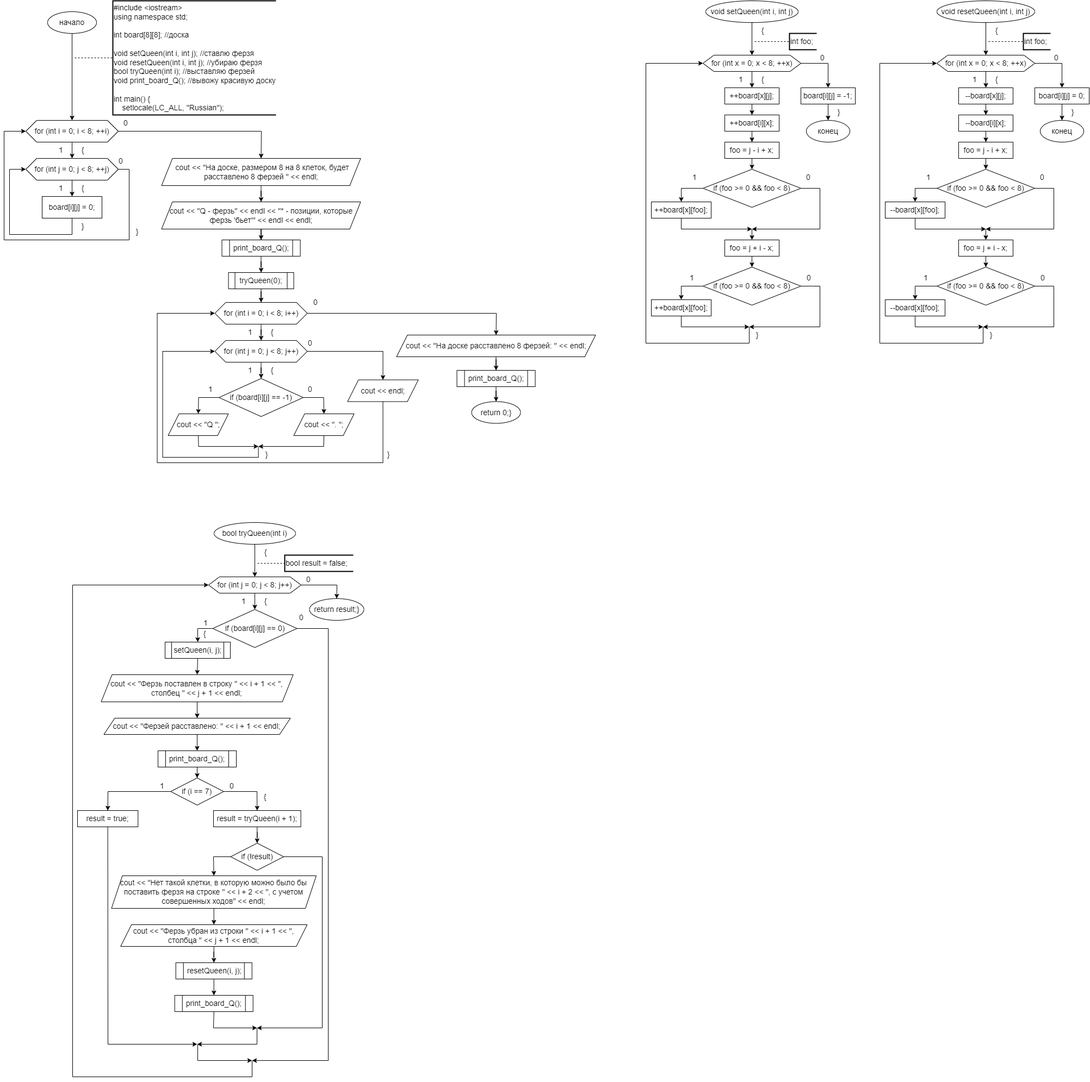
Above: 8 ферзей - блок схема.drawio.png in SonyAkb/8-queens (draw.io), before the change. Source tidied: cells renumbered, new cells last; positions are measured from the earlier drawing's top-left corner, leaving out a move shared by most shapes.
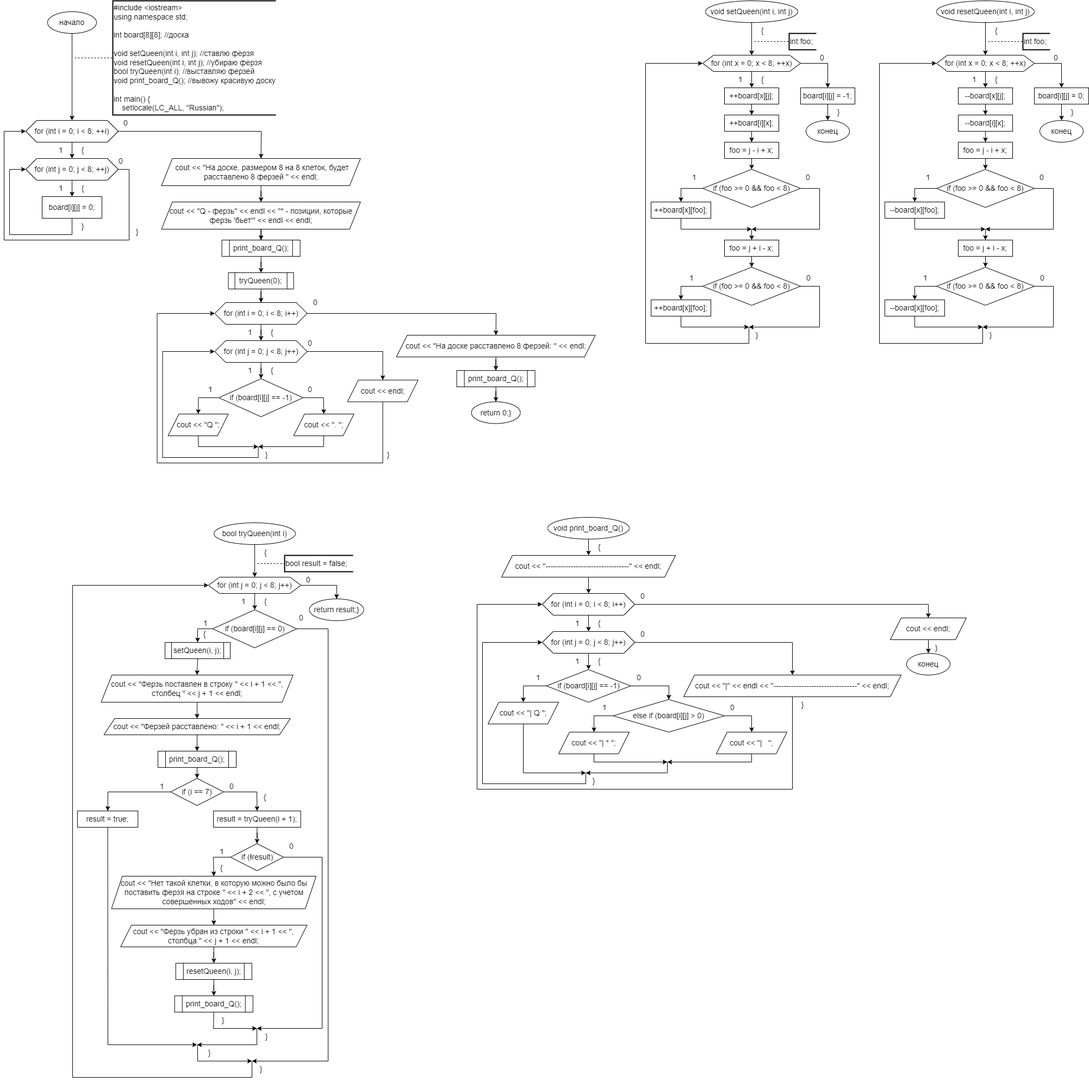
After the change.

The edit, as a diff of the source:
```diff
@@ -780,5 +780,213 @@
         </Array>
       </mxGeometry>
     </mxCell>
+    <mxCell id="191" style="edgeStyle=orthogonalEdgeStyle;rounded=0;jettySize=auto;html=1;entryX=0.5;entryY=0;entryDx=0;entryDy=0;" parent="1" edge="1" source="192" target="201">
+      <mxGeometry relative="1" as="geometry" />
+    </mxCell>
+    <mxCell id="192" value="&lt;font style=&quot;font-size: 14px;&quot;&gt;void print_board_Q()&lt;/font&gt;" style="ellipse;whiteSpace=wrap;html=1;" parent="1" vertex="1">
+      <mxGeometry x="1000" y="950" width="150" height="40" as="geometry" />
+    </mxCell>
+    <mxCell id="193" value="&lt;font style=&quot;font-size: 14px;&quot;&gt;1&lt;/font&gt;" style="text;html=1;strokeColor=none;fillColor=none;align=center;verticalAlign=middle;whiteSpace=wrap;rounded=0;" parent="1" vertex="1">
+      <mxGeometry x="386" y="1550" width="30" height="30" as="geometry" />
+    </mxCell>
+    <mxCell id="194" value="&lt;font style=&quot;font-size: 14px;&quot;&gt;0&lt;/font&gt;" style="text;html=1;strokeColor=none;fillColor=none;align=center;verticalAlign=middle;whiteSpace=wrap;rounded=0;" parent="1" vertex="1">
+      <mxGeometry x="514.1" y="1540" width="30" height="30" as="geometry" />
+    </mxCell>
+    <mxCell id="195" value="&lt;font style=&quot;font-size: 14px;&quot;&gt;}&lt;/font&gt;" style="text;html=1;strokeColor=none;fillColor=none;align=center;verticalAlign=middle;whiteSpace=wrap;rounded=0;" parent="1" vertex="1">
+      <mxGeometry x="387.6" y="1860" width="30" height="30" as="geometry" />
+    </mxCell>
+    <mxCell id="196" value="&lt;font style=&quot;font-size: 14px;&quot;&gt;{&lt;/font&gt;" style="text;html=1;strokeColor=none;fillColor=none;align=center;verticalAlign=middle;whiteSpace=wrap;rounded=0;" parent="1" vertex="1">
+      <mxGeometry x="385" y="1580" width="30" height="30" as="geometry" />
+    </mxCell>
+    <mxCell id="197" value="&lt;font style=&quot;font-size: 14px;&quot;&gt;}&lt;/font&gt;" style="text;html=1;strokeColor=none;fillColor=none;align=center;verticalAlign=middle;whiteSpace=wrap;rounded=0;" parent="1" vertex="1">
+      <mxGeometry x="467.6" y="1890" width="30" height="30" as="geometry" />
+    </mxCell>
+    <mxCell id="198" value="&lt;font style=&quot;font-size: 14px;&quot;&gt;}&lt;/font&gt;" style="text;html=1;strokeColor=none;fillColor=none;align=center;verticalAlign=middle;whiteSpace=wrap;rounded=0;" parent="1" vertex="1">
+      <mxGeometry x="363" y="1920" width="30" height="30" as="geometry" />
+    </mxCell>
+    <mxCell id="199" value="&lt;font style=&quot;font-size: 14px;&quot;&gt;}&lt;/font&gt;" style="text;html=1;strokeColor=none;fillColor=none;align=center;verticalAlign=middle;whiteSpace=wrap;rounded=0;" parent="1" vertex="1">
+      <mxGeometry x="457.8" y="1950" width="30" height="30" as="geometry" />
+    </mxCell>
+    <mxCell id="200" style="edgeStyle=orthogonalEdgeStyle;rounded=0;jettySize=auto;html=1;entryX=0.5;entryY=0;entryDx=0;entryDy=0;" parent="1" edge="1" source="201" target="204">
+      <mxGeometry relative="1" as="geometry" />
+    </mxCell>
+    <mxCell id="201" value="&lt;font style=&quot;font-size: 14px;&quot;&gt;cout &amp;lt;&amp;lt; &quot;---------------------------------&quot; &amp;lt;&amp;lt; endl;&lt;/font&gt;" style="shape=parallelogram;perimeter=parallelogramPerimeter;whiteSpace=wrap;html=1;fixedSize=1;" parent="1" vertex="1">
+      <mxGeometry x="915" y="1020" width="320" height="40" as="geometry" />
+    </mxCell>
+    <mxCell id="202" value="&lt;font style=&quot;font-size: 14px;&quot;&gt;{&lt;/font&gt;" style="text;html=1;strokeColor=none;fillColor=none;align=center;verticalAlign=middle;whiteSpace=wrap;rounded=0;" parent="1" vertex="1">
+      <mxGeometry x="1080" y="990" width="30" height="30" as="geometry" />
+    </mxCell>
+    <mxCell id="203" style="edgeStyle=orthogonalEdgeStyle;rounded=0;jettySize=auto;html=1;entryX=0.5;entryY=0;entryDx=0;entryDy=0;" parent="1" edge="1" source="204" target="206">
+      <mxGeometry relative="1" as="geometry" />
+    </mxCell>
+    <mxCell id="204" value="&lt;font style=&quot;font-size: 14px;&quot;&gt;for (int i = 0; i &amp;lt; 8; i++)&lt;/font&gt;" style="shape=hexagon;perimeter=hexagonPerimeter2;whiteSpace=wrap;html=1;fixedSize=1;size=20;" parent="1" vertex="1">
+      <mxGeometry x="990" y="1090" width="170" height="40" as="geometry" />
+    </mxCell>
+    <mxCell id="205" style="edgeStyle=orthogonalEdgeStyle;rounded=0;jettySize=auto;html=1;entryX=0.5;entryY=0;entryDx=0;entryDy=0;" parent="1" edge="1" source="206" target="209">
+      <mxGeometry relative="1" as="geometry" />
+    </mxCell>
+    <mxCell id="206" value="&lt;font style=&quot;font-size: 14px;&quot;&gt;for (int j = 0; j &amp;lt; 8; j++)&lt;/font&gt;" style="shape=hexagon;perimeter=hexagonPerimeter2;whiteSpace=wrap;html=1;fixedSize=1;size=20;" parent="1" vertex="1">
+      <mxGeometry x="990" y="1160" width="170" height="40" as="geometry" />
+    </mxCell>
+    <mxCell id="207" value="&lt;font style=&quot;font-size: 14px;&quot;&gt;{&lt;/font&gt;" style="text;html=1;strokeColor=none;fillColor=none;align=center;verticalAlign=middle;whiteSpace=wrap;rounded=0;" parent="1" vertex="1">
+      <mxGeometry x="1080" y="1130" width="30" height="30" as="geometry" />
+    </mxCell>
+    <mxCell id="208" value="&lt;font style=&quot;font-size: 14px;&quot;&gt;1&lt;/font&gt;" style="text;html=1;strokeColor=none;fillColor=none;align=center;verticalAlign=middle;whiteSpace=wrap;rounded=0;" parent="1" vertex="1">
+      <mxGeometry x="1040" y="1130" width="30" height="30" as="geometry" />
+    </mxCell>
+    <mxCell id="209" value="&lt;font style=&quot;font-size: 14px;&quot;&gt;if (board[i][j] == -1)&lt;/font&gt;" style="rhombus;whiteSpace=wrap;html=1;" parent="1" vertex="1">
+      <mxGeometry x="997.5" y="1230" width="155" height="60" as="geometry" />
+    </mxCell>
+    <mxCell id="210" value="&lt;font style=&quot;font-size: 14px;&quot;&gt;cout &amp;lt;&amp;lt; &quot;| Q &quot;;&lt;/font&gt;" style="shape=parallelogram;perimeter=parallelogramPerimeter;whiteSpace=wrap;html=1;fixedSize=1;" parent="1" vertex="1">
+      <mxGeometry x="890" y="1290" width="130" height="40" as="geometry" />
+    </mxCell>
+    <mxCell id="211" style="endArrow=classic;html=1;rounded=0;exitX=0;exitY=0.5;exitDx=0;exitDy=0;entryX=0.5;entryY=0;entryDx=0;entryDy=0;" parent="1" edge="1" source="209" target="210">
+      <mxGeometry relative="1" as="geometry">
+        <Array as="points">
+          <mxPoint x="955" y="1260" />
+        </Array>
+      </mxGeometry>
+    </mxCell>
+    <mxCell id="212" value="&lt;font style=&quot;font-size: 14px;&quot;&gt;else if (board[i][j] &amp;gt; 0)&lt;/font&gt;" style="rhombus;whiteSpace=wrap;html=1;" parent="1" vertex="1">
+      <mxGeometry x="1120" y="1285" width="205" height="60" as="geometry" />
+    </mxCell>
+    <mxCell id="213" value="&lt;font style=&quot;font-size: 14px;&quot;&gt;cout &amp;lt;&amp;lt; &quot;| * &quot;;&lt;/font&gt;" style="shape=parallelogram;perimeter=parallelogramPerimeter;whiteSpace=wrap;html=1;fixedSize=1;" parent="1" vertex="1">
+      <mxGeometry x="1020" y="1345" width="130" height="40" as="geometry" />
+    </mxCell>
+    <mxCell id="214" style="endArrow=classic;html=1;rounded=0;exitX=0;exitY=0.5;exitDx=0;exitDy=0;entryX=0.5;entryY=0;entryDx=0;entryDy=0;" parent="1" edge="1" source="212" target="213">
+      <mxGeometry relative="1" as="geometry">
+        <Array as="points">
+          <mxPoint x="1085" y="1315" />
+        </Array>
+      </mxGeometry>
+    </mxCell>
+    <mxCell id="215" style="endArrow=classic;html=1;rounded=0;exitX=1;exitY=0.5;exitDx=0;exitDy=0;entryX=0.5;entryY=0;entryDx=0;entryDy=0;" parent="1" edge="1" source="209" target="212">
+      <mxGeometry relative="1" as="geometry">
+        <Array as="points">
+          <mxPoint x="1223" y="1260" />
+        </Array>
+      </mxGeometry>
+    </mxCell>
+    <mxCell id="216" value="&lt;font style=&quot;font-size: 14px;&quot;&gt;cout &amp;lt;&amp;lt; &quot;|&amp;nbsp; &amp;nbsp;&quot;;&lt;/font&gt;" style="shape=parallelogram;perimeter=parallelogramPerimeter;whiteSpace=wrap;html=1;fixedSize=1;" parent="1" vertex="1">
+      <mxGeometry x="1310" y="1345" width="130" height="40" as="geometry" />
+    </mxCell>
+    <mxCell id="217" style="endArrow=classic;html=1;rounded=0;exitX=1;exitY=0.5;exitDx=0;exitDy=0;entryX=0.5;entryY=0;entryDx=0;entryDy=0;" parent="1" edge="1" source="212" target="216">
+      <mxGeometry relative="1" as="geometry">
+        <Array as="points">
+          <mxPoint x="1375" y="1315" />
+        </Array>
+      </mxGeometry>
+    </mxCell>
+    <mxCell id="218" style="endArrow=classic;html=1;rounded=0;exitX=0.5;exitY=1;exitDx=0;exitDy=0;" parent="1" edge="1" source="213">
+      <mxGeometry relative="1" as="geometry">
+        <mxPoint x="1220" y="1400" as="targetPoint" />
+        <Array as="points">
+          <mxPoint x="1085" y="1400" />
+        </Array>
+      </mxGeometry>
+    </mxCell>
+    <mxCell id="219" style="endArrow=classic;html=1;rounded=0;exitX=0.5;exitY=1;exitDx=0;exitDy=0;" parent="1" edge="1" source="216">
+      <mxGeometry relative="1" as="geometry">
+        <mxPoint x="1220" y="1400" as="targetPoint" />
+        <Array as="points">
+          <mxPoint x="1375" y="1400" />
+        </Array>
+      </mxGeometry>
+    </mxCell>
+    <mxCell id="220" style="endArrow=classic;html=1;rounded=0;exitX=0.5;exitY=1;exitDx=0;exitDy=0;" parent="1" edge="1" source="210">
+      <mxGeometry relative="1" as="geometry">
+        <mxPoint x="1070" y="1420" as="targetPoint" />
+        <Array as="points">
+          <mxPoint x="955" y="1420" />
+        </Array>
+      </mxGeometry>
+    </mxCell>
+    <mxCell id="221" style="endArrow=classic;html=1;rounded=0;" parent="1" edge="1">
+      <mxGeometry relative="1" as="geometry">
+        <mxPoint x="1220" y="1400" as="sourcePoint" />
+        <mxPoint x="1070" y="1420" as="targetPoint" />
+        <Array as="points">
+          <mxPoint x="1220" y="1420" />
+        </Array>
+      </mxGeometry>
+    </mxCell>
+    <mxCell id="222" style="endArrow=classic;html=1;rounded=0;entryX=0;entryY=0.5;entryDx=0;entryDy=0;" parent="1" edge="1" target="206">
+      <mxGeometry relative="1" as="geometry">
+        <mxPoint x="1070" y="1420" as="sourcePoint" />
+        <Array as="points">
+          <mxPoint x="1070" y="1440" />
+          <mxPoint x="880" y="1440" />
+          <mxPoint x="880" y="1180" />
+        </Array>
+      </mxGeometry>
+    </mxCell>
+    <mxCell id="223" value="&lt;font style=&quot;font-size: 14px;&quot;&gt;1&lt;/font&gt;" style="text;html=1;strokeColor=none;fillColor=none;align=center;verticalAlign=middle;whiteSpace=wrap;rounded=0;" parent="1" vertex="1">
+      <mxGeometry x="1040" y="1200" width="30" height="30" as="geometry" />
+    </mxCell>
+    <mxCell id="224" value="&lt;font style=&quot;font-size: 14px;&quot;&gt;{&lt;/font&gt;" style="text;html=1;strokeColor=none;fillColor=none;align=center;verticalAlign=middle;whiteSpace=wrap;rounded=0;" parent="1" vertex="1">
+      <mxGeometry x="1080" y="1200" width="30" height="30" as="geometry" />
+    </mxCell>
+    <mxCell id="225" value="&lt;font style=&quot;font-size: 14px;&quot;&gt;0&lt;/font&gt;" style="text;html=1;strokeColor=none;fillColor=none;align=center;verticalAlign=middle;whiteSpace=wrap;rounded=0;" parent="1" vertex="1">
+      <mxGeometry x="1152.5" y="1230" width="30" height="30" as="geometry" />
+    </mxCell>
+    <mxCell id="226" value="&lt;font style=&quot;font-size: 14px;&quot;&gt;1&lt;/font&gt;" style="text;html=1;strokeColor=none;fillColor=none;align=center;verticalAlign=middle;whiteSpace=wrap;rounded=0;" parent="1" vertex="1">
+      <mxGeometry x="967.5" y="1230" width="30" height="30" as="geometry" />
+    </mxCell>
+    <mxCell id="227" value="&lt;font style=&quot;font-size: 14px;&quot;&gt;1&lt;/font&gt;" style="text;html=1;strokeColor=none;fillColor=none;align=center;verticalAlign=middle;whiteSpace=wrap;rounded=0;" parent="1" vertex="1">
+      <mxGeometry x="1090" y="1285" width="30" height="30" as="geometry" />
+    </mxCell>
+    <mxCell id="228" value="&lt;font style=&quot;font-size: 14px;&quot;&gt;0&lt;/font&gt;" style="text;html=1;strokeColor=none;fillColor=none;align=center;verticalAlign=middle;whiteSpace=wrap;rounded=0;" parent="1" vertex="1">
+      <mxGeometry x="1325" y="1285" width="30" height="30" as="geometry" />
+    </mxCell>
+    <mxCell id="229" value="&lt;font style=&quot;font-size: 14px;&quot;&gt;}&lt;/font&gt;" style="text;html=1;strokeColor=none;fillColor=none;align=center;verticalAlign=middle;whiteSpace=wrap;rounded=0;" parent="1" vertex="1">
+      <mxGeometry x="1070" y="1420" width="30" height="30" as="geometry" />
+    </mxCell>
+    <mxCell id="230" value="&lt;font style=&quot;font-size: 14px;&quot;&gt;cout &amp;lt;&amp;lt; &quot;|&quot; &amp;lt;&amp;lt; endl &amp;lt;&amp;lt; &quot;---------------------------------&quot; &amp;lt;&amp;lt; endl;&lt;/font&gt;" style="shape=parallelogram;perimeter=parallelogramPerimeter;whiteSpace=wrap;html=1;fixedSize=1;" parent="1" vertex="1">
+      <mxGeometry x="1250" y="1240" width="400" height="40" as="geometry" />
+    </mxCell>
+    <mxCell id="231" value="&lt;font style=&quot;font-size: 14px;&quot;&gt;0&lt;/font&gt;" style="text;html=1;strokeColor=none;fillColor=none;align=center;verticalAlign=middle;whiteSpace=wrap;rounded=0;" parent="1" vertex="1">
+      <mxGeometry x="1160" y="1150" width="30" height="30" as="geometry" />
+    </mxCell>
+    <mxCell id="232" value="&lt;font style=&quot;font-size: 14px;&quot;&gt;0&lt;/font&gt;" style="text;html=1;strokeColor=none;fillColor=none;align=center;verticalAlign=middle;whiteSpace=wrap;rounded=0;" parent="1" vertex="1">
+      <mxGeometry x="1160" y="1080" width="30" height="30" as="geometry" />
+    </mxCell>
+    <mxCell id="233" style="endArrow=classic;html=1;rounded=0;exitX=1;exitY=0.5;exitDx=0;exitDy=0;entryX=0.5;entryY=0;entryDx=0;entryDy=0;" parent="1" edge="1" source="206" target="230">
+      <mxGeometry relative="1" as="geometry">
+        <Array as="points">
+          <mxPoint x="1450" y="1180" />
+        </Array>
+      </mxGeometry>
+    </mxCell>
+    <mxCell id="234" style="endArrow=classic;html=1;rounded=0;exitX=0.5;exitY=1;exitDx=0;exitDy=0;entryX=0;entryY=0.5;entryDx=0;entryDy=0;" parent="1" edge="1" source="230" target="204">
+      <mxGeometry relative="1" as="geometry">
+        <Array as="points">
+          <mxPoint x="1450" y="1450" />
+          <mxPoint x="870" y="1450" />
+          <mxPoint x="870" y="1110" />
+        </Array>
+      </mxGeometry>
+    </mxCell>
+    <mxCell id="235" style="edgeStyle=orthogonalEdgeStyle;rounded=0;jettySize=auto;html=1;entryX=0.5;entryY=0;entryDx=0;entryDy=0;" parent="1" edge="1" source="236" target="238">
+      <mxGeometry relative="1" as="geometry" />
+    </mxCell>
+    <mxCell id="236" value="&lt;font style=&quot;font-size: 14px;&quot;&gt;cout &amp;lt;&amp;lt; endl;&lt;/font&gt;" style="shape=parallelogram;perimeter=parallelogramPerimeter;whiteSpace=wrap;html=1;fixedSize=1;" parent="1" vertex="1">
+      <mxGeometry x="1630" y="1135" width="140" height="40" as="geometry" />
+    </mxCell>
+    <mxCell id="237" style="endArrow=classic;html=1;rounded=0;exitX=1;exitY=0.5;exitDx=0;exitDy=0;entryX=0.5;entryY=0;entryDx=0;entryDy=0;" parent="1" edge="1" source="204" target="236">
+      <mxGeometry relative="1" as="geometry">
+        <Array as="points">
+          <mxPoint x="1700" y="1110" />
+        </Array>
+      </mxGeometry>
+    </mxCell>
+    <mxCell id="238" value="&lt;font style=&quot;font-size: 14px;&quot;&gt;конец&lt;/font&gt;" style="ellipse;whiteSpace=wrap;html=1;" parent="1" vertex="1">
+      <mxGeometry x="1660" y="1200" width="80" height="40" as="geometry" />
+    </mxCell>
+    <mxCell id="239" value="&lt;font style=&quot;font-size: 14px;&quot;&gt;}&lt;/font&gt;" style="text;html=1;strokeColor=none;fillColor=none;align=center;verticalAlign=middle;whiteSpace=wrap;rounded=0;" parent="1" vertex="1">
+      <mxGeometry x="1700" y="1175" width="30" height="30" as="geometry" />
+    </mxCell>
+    <mxCell id="240" value="&lt;font style=&quot;font-size: 14px;&quot;&gt;}&lt;/font&gt;" style="text;html=1;strokeColor=none;fillColor=none;align=center;verticalAlign=middle;whiteSpace=wrap;rounded=0;" parent="1" vertex="1">
+      <mxGeometry x="1454" y="1280" width="30" height="30" as="geometry" />
+    </mxCell>
   </root>
 </mxGraphModel>
```
